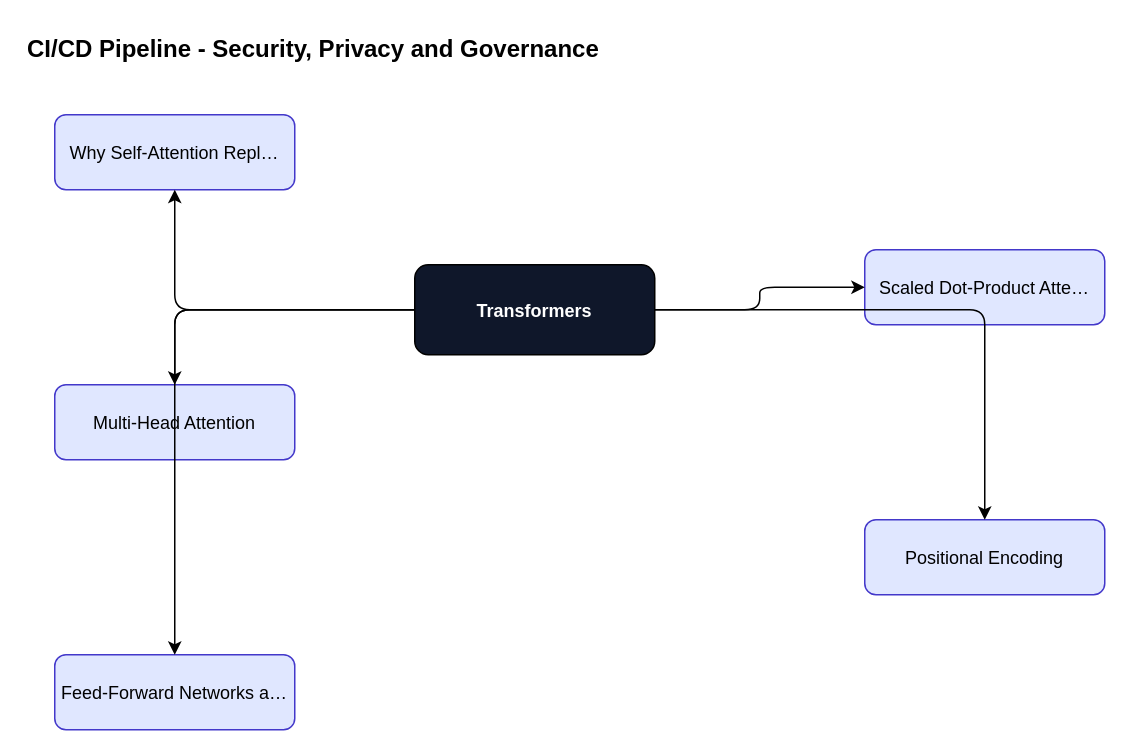
Earlier version of the draw.io diagram content/transformers/transformers-foundations/diagrams/fig-029-ci-cd-pipeline.drawio (ankit05121980/AI-University). Source tidied: cells renumbered, new cells numbered last; positions are measured from the earlier drawing's top-left corner, leaving out a move shared by most shapes. Both pictures are drawn from the tidied source at 150%, with x=0, y=0 at pixel (24, 24).
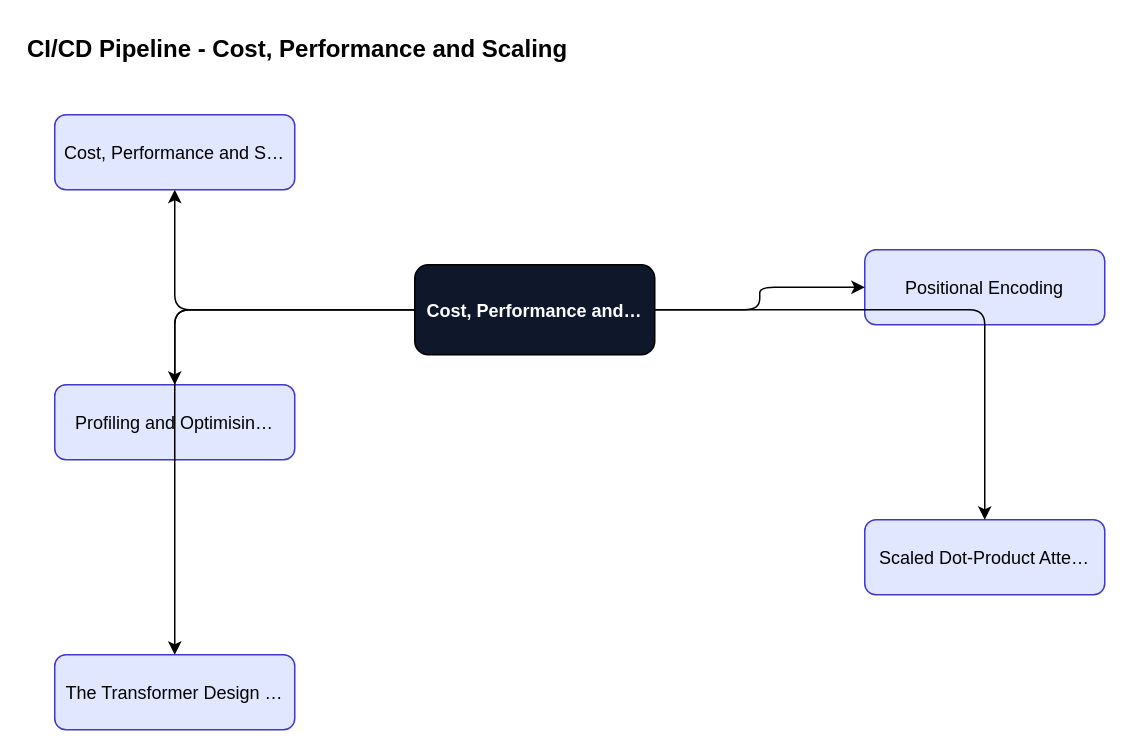
Above is the later version.

What changed in the source:
```diff
@@
 <mxGraphModel>
   <root>
     <mxCell id="0" />
     <mxCell id="1" parent="0" />
-    <mxCell id="2" value="CI/CD Pipeline - Security, Privacy and Governance" style="text;fontSize=16;fontStyle=1;" parent="1" vertex="1">
+    <mxCell id="2" value="CI/CD Pipeline - Cost, Performance and Scaling" style="text;fontSize=16;fontStyle=1;" parent="1" vertex="1">
       <mxGeometry width="600" height="30" as="geometry" />
     </mxCell>
-    <mxCell id="3" value="Transformers" style="rounded=1;fillColor=#0f172a;fontColor=#ffffff;fontStyle=1;" parent="1" vertex="1">
+    <mxCell id="3" value="Cost, Performance and…" style="rounded=1;fillColor=#0f172a;fontColor=#ffffff;fontStyle=1;" parent="1" vertex="1">
       <mxGeometry x="260" y="160" width="160" height="60" as="geometry" />
     </mxCell>
-    <mxCell id="4" value="Why Self-Attention Repl…" style="rounded=1;fillColor=#e0e7ff;strokeColor=#4338ca;" parent="1" vertex="1">
+    <mxCell id="4" value="Cost, Performance and S…" style="rounded=1;fillColor=#e0e7ff;strokeColor=#4338ca;" parent="1" vertex="1">
       <mxGeometry x="20" y="60" width="160" height="50" as="geometry" />
     </mxCell>
     <mxCell id="5" style="edgeStyle=orthogonalEdgeStyle;" parent="1" edge="1" source="3" target="4">
       <mxGeometry relative="1" as="geometry" />
     </mxCell>
-    <mxCell id="6" value="Scaled Dot-Product Atte…" style="rounded=1;fillColor=#e0e7ff;strokeColor=#4338ca;" parent="1" vertex="1">
+    <mxCell id="6" value="Positional Encoding" style="rounded=1;fillColor=#e0e7ff;strokeColor=#4338ca;" parent="1" vertex="1">
       <mxGeometry x="560" y="150" width="160" height="50" as="geometry" />
     </mxCell>
     <mxCell id="7" style="edgeStyle=orthogonalEdgeStyle;" parent="1" edge="1" source="3" target="6">
       <mxGeometry relative="1" as="geometry" />
     </mxCell>
-    <mxCell id="8" value="Multi-Head Attention" style="rounded=1;fillColor=#e0e7ff;strokeColor=#4338ca;" parent="1" vertex="1">
+    <mxCell id="8" value="Profiling and Optimisin…" style="rounded=1;fillColor=#e0e7ff;strokeColor=#4338ca;" parent="1" vertex="1">
       <mxGeometry x="20" y="240" width="160" height="50" as="geometry" />
     </mxCell>
     <mxCell id="9" style="edgeStyle=orthogonalEdgeStyle;" parent="1" edge="1" source="3" target="8">
       <mxGeometry relative="1" as="geometry" />
     </mxCell>
-    <mxCell id="10" value="Positional Encoding" style="rounded=1;fillColor=#e0e7ff;strokeColor=#4338ca;" parent="1" vertex="1">
+    <mxCell id="10" value="Scaled Dot-Product Atte…" style="rounded=1;fillColor=#e0e7ff;strokeColor=#4338ca;" parent="1" vertex="1">
       <mxGeometry x="560" y="330" width="160" height="50" as="geometry" />
     </mxCell>
     <mxCell id="11" style="edgeStyle=orthogonalEdgeStyle;" parent="1" edge="1" source="3" target="10">
       <mxGeometry relative="1" as="geometry" />
     </mxCell>
-    <mxCell id="12" value="Feed-Forward Networks a…" style="rounded=1;fillColor=#e0e7ff;strokeColor=#4338ca;" parent="1" vertex="1">
+    <mxCell id="12" value="The Transformer Design …" style="rounded=1;fillColor=#e0e7ff;strokeColor=#4338ca;" parent="1" vertex="1">
       <mxGeometry x="20" y="420" width="160" height="50" as="geometry" />
     </mxCell>
     <mxCell id="13" style="edgeStyle=orthogonalEdgeStyle;" parent="1" edge="1" source="3" target="12">
       <mxGeometry relative="1" as="geometry" />
     </mxCell>
   </root>
 </mxGraphModel>
```
